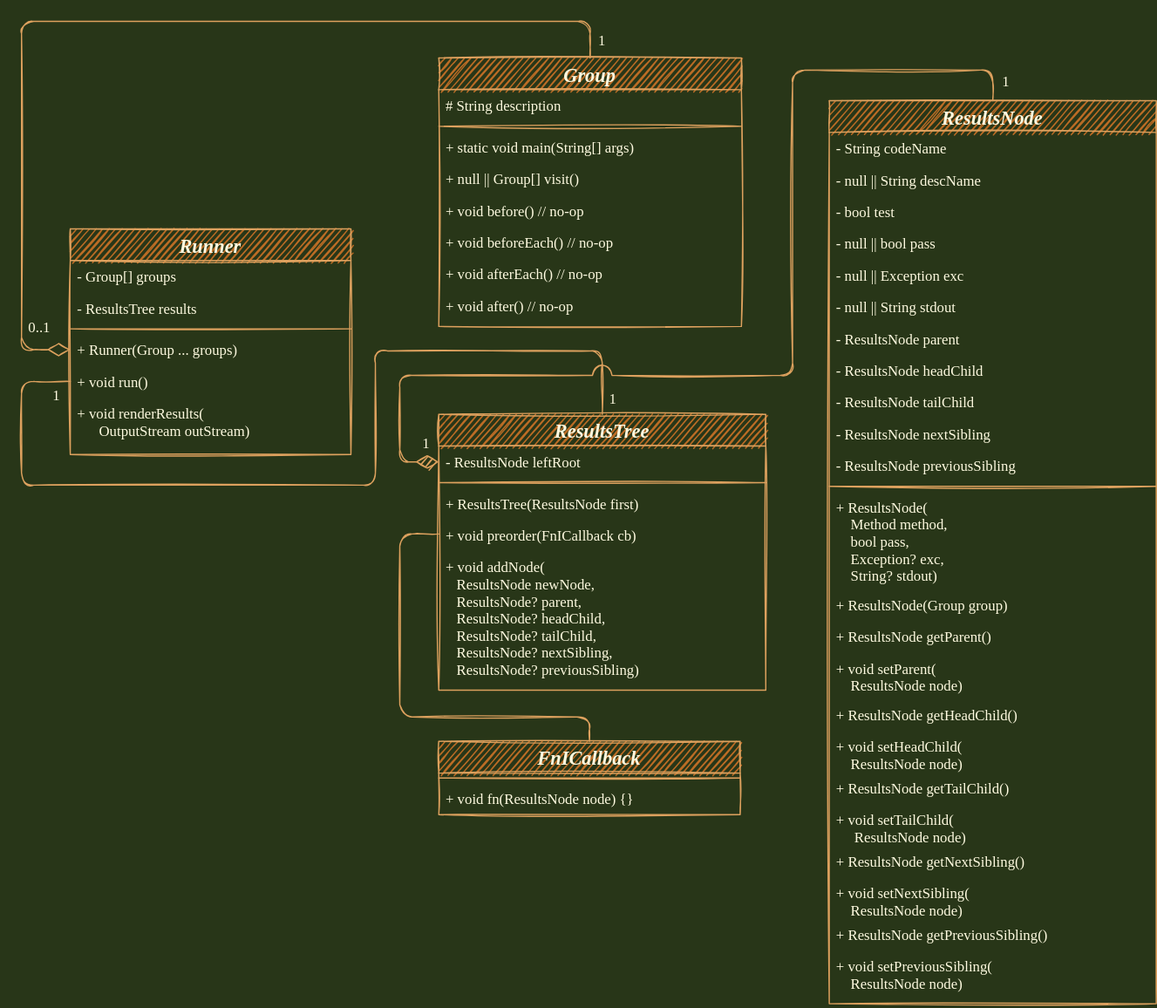
andrew-chang-dewitt/jspec keeps this draw.io diagram as uml.drawio.svg. Above is the earlier version. Source tidied: cells renumbered, new cells last; positions are measured from the earlier drawing's top-left corner, leaving out a move shared by most shapes.
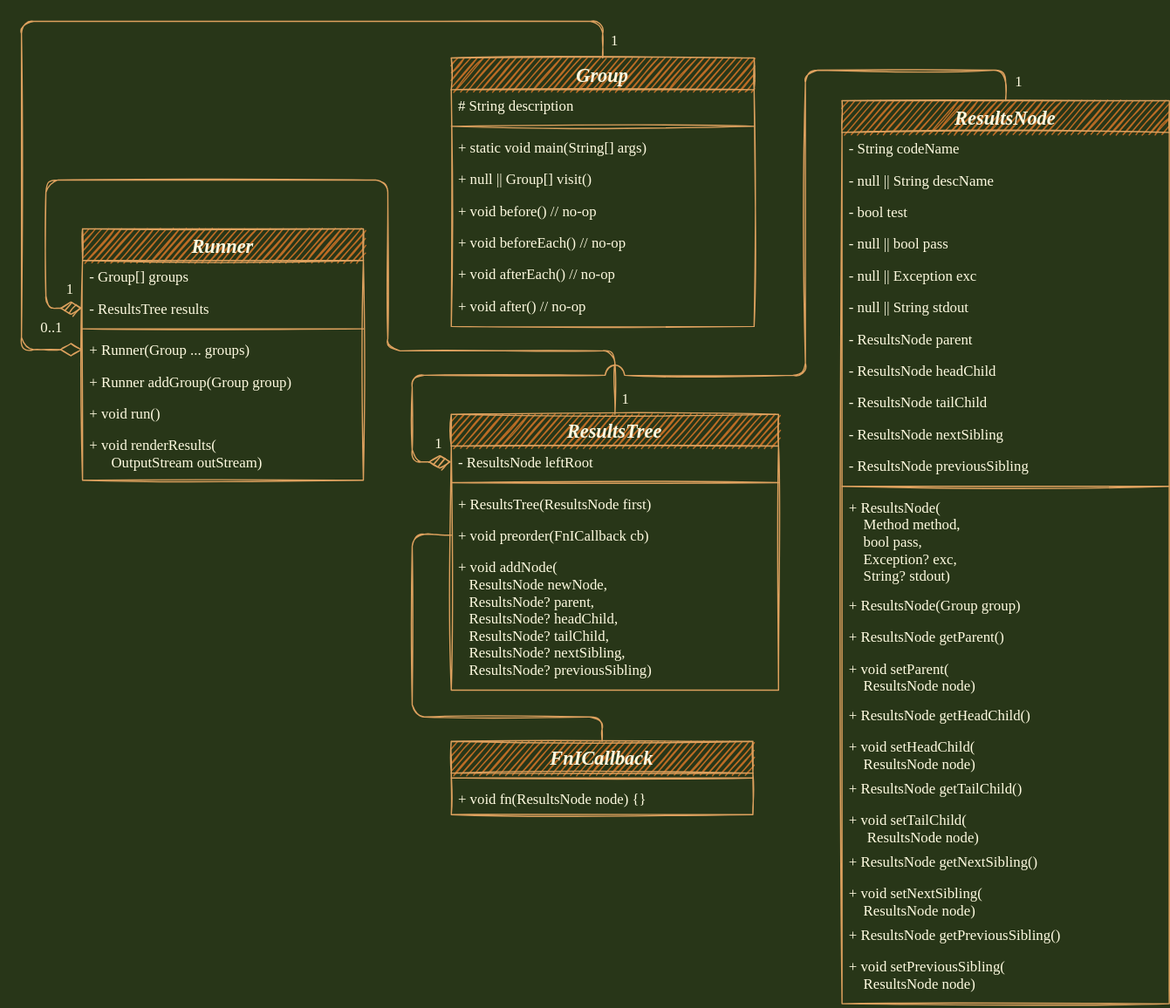
Above is the later version.

Commit message:
Change Runner to Builder Pattern.

What changed in the source:
```diff
@@ -6,8 +6,8 @@
       <mxGeometry relative="1" as="geometry">
         <Array as="points">
           <mxPoint x="466" />
-          <mxPoint />
-          <mxPoint y="269" />
+          <mxPoint x="-10" />
+          <mxPoint x="-10" y="269" />
         </Array>
       </mxGeometry>
     </mxCell>
@@ -39,7 +39,7 @@
       <mxGeometry y="190" width="248" height="26" as="geometry" />
     </mxCell>
     <mxCell id="12" value="Runner" style="swimlane;fontStyle=3;align=center;verticalAlign=middle;horizontal=1;startSize=26;rounded=0;shadow=0;strokeWidth=1;fillColor=#BC6C25;strokeColor=#DDA15E;fontColor=#FEFAE0;sketch=1;fontFamily=Fira Code;fontSource=https%3A%2F%2Ffonts.googleapis.com%2Fcss%3Ffamily%3DFira%2BCode;labelBackgroundColor=none;labelBorderColor=none;fontSize=16;" parent="1" vertex="1">
-      <mxGeometry x="40" y="170" width="230" height="185" as="geometry" />
+      <mxGeometry x="40" y="170" width="230" height="206" as="geometry" />
     </mxCell>
     <mxCell id="13" value="- Group[] groups" style="text;align=left;verticalAlign=top;spacingLeft=4;spacingRight=4;overflow=hidden;rounded=0;fontColor=#FEFAE0;sketch=1;fontFamily=Fira Code;fontSource=https%3A%2F%2Ffonts.googleapis.com%2Fcss%3Ffamily%3DFira%2BCode;" parent="12" vertex="1">
       <mxGeometry y="26" width="230" height="26" as="geometry" />
@@ -53,11 +53,14 @@
     <mxCell id="16" value="+ Runner(Group ... groups)" style="text;align=left;verticalAlign=top;spacingLeft=4;spacingRight=4;overflow=hidden;points=[[0,0.5],[1,0.5]];portConstraint=eastwest;rounded=0;fontColor=#FEFAE0;sketch=1;fontFamily=Fira Code;fontSource=https%3A%2F%2Ffonts.googleapis.com%2Fcss%3Ffamily%3DFira%2BCode;" parent="12" vertex="1">
       <mxGeometry y="86" width="230" height="26" as="geometry" />
     </mxCell>
+    <mxCell id="62" value="+ Runner addGroup(Group group)" style="text;align=left;verticalAlign=top;spacingLeft=4;spacingRight=4;overflow=hidden;rounded=0;fontColor=#FEFAE0;sketch=1;fontFamily=Fira Code;fontSource=https%3A%2F%2Ffonts.googleapis.com%2Fcss%3Ffamily%3DFira%2BCode;" parent="12" vertex="1">
+      <mxGeometry y="112" width="230" height="26" as="geometry" />
+    </mxCell>
     <mxCell id="17" value="+ void run()" style="text;align=left;verticalAlign=top;spacingLeft=4;spacingRight=4;overflow=hidden;points=[[0,0.5],[1,0.5]];portConstraint=eastwest;rounded=0;fontColor=#FEFAE0;sketch=1;fontFamily=Fira Code;fontSource=https%3A%2F%2Ffonts.googleapis.com%2Fcss%3Ffamily%3DFira%2BCode;" parent="12" vertex="1">
-      <mxGeometry y="112" width="230" height="26" as="geometry" />
+      <mxGeometry y="138" width="230" height="26" as="geometry" />
     </mxCell>
     <mxCell id="18" value="+ void renderResults(&#10;      OutputStream outStream)" style="text;align=left;verticalAlign=top;spacingLeft=4;spacingRight=4;overflow=hidden;rounded=0;fontColor=#FEFAE0;sketch=1;fontFamily=Fira Code;fontSource=https%3A%2F%2Ffonts.googleapis.com%2Fcss%3Ffamily%3DFira%2BCode;" parent="12" vertex="1">
-      <mxGeometry y="138" width="230" height="42" as="geometry" />
+      <mxGeometry y="164" width="230" height="42" as="geometry" />
     </mxCell>
     <mxCell id="19" value="0..1" style="text;html=1;align=left;verticalAlign=middle;strokeColor=none;fillColor=none;rounded=0;fontColor=#FEFAE0;sketch=1;fontFamily=Fira Code;fontSource=https%3A%2F%2Ffonts.googleapis.com%2Fcss%3Ffamily%3DFira%2BCode;" parent="1" vertex="1">
       <mxGeometry x="4" y="241" width="40" height="20" as="geometry" />
@@ -65,14 +68,14 @@
     <mxCell id="20" value="1" style="text;html=1;align=right;verticalAlign=middle;strokeColor=none;fillColor=none;rounded=0;fontColor=#FEFAE0;sketch=1;fontFamily=Fira Code;fontSource=https%3A%2F%2Ffonts.googleapis.com%2Fcss%3Ffamily%3DFira%2BCode;" parent="1" vertex="1">
       <mxGeometry x="316" y="336" width="20" height="20" as="geometry" />
     </mxCell>
-    <mxCell id="21" style="edgeStyle=orthogonalEdgeStyle;jettySize=auto;html=1;endArrow=none;endFill=0;endSize=16;targetPerimeterSpacing=0;strokeWidth=1;labelBackgroundColor=#283618;strokeColor=#DDA15E;fontColor=#FEFAE0;entryX=0;entryY=0.5;entryDx=0;entryDy=0;exitX=0.5;exitY=0;exitDx=0;exitDy=0;sketch=1;fontFamily=Fira Code;fontSource=https%3A%2F%2Ffonts.googleapis.com%2Fcss%3Ffamily%3DFira%2BCode;jumpStyle=arc;" parent="1" edge="1" source="22" target="17">
+    <mxCell id="21" style="edgeStyle=orthogonalEdgeStyle;jettySize=auto;html=1;endArrow=diamondThin;endFill=1;endSize=16;targetPerimeterSpacing=0;strokeWidth=1;labelBackgroundColor=#283618;strokeColor=#DDA15E;fontColor=#FEFAE0;entryX=0;entryY=0.5;entryDx=0;entryDy=0;exitX=0.5;exitY=0;exitDx=0;exitDy=0;sketch=1;fontFamily=Fira Code;fontSource=https%3A%2F%2Ffonts.googleapis.com%2Fcss%3Ffamily%3DFira%2BCode;jumpStyle=arc;" parent="1" edge="1" source="22" target="14">
       <mxGeometry relative="1" as="geometry">
         <Array as="points">
           <mxPoint x="476" y="270" />
           <mxPoint x="290" y="270" />
-          <mxPoint x="290" y="380" />
-          <mxPoint y="380" />
-          <mxPoint y="295" />
+          <mxPoint x="290" y="130" />
+          <mxPoint x="10" y="130" />
+          <mxPoint x="10" y="235" />
         </Array>
       </mxGeometry>
     </mxCell>
@@ -98,7 +101,7 @@
       <mxGeometry x="471" y="6" width="20" height="20" as="geometry" />
     </mxCell>
     <mxCell id="29" value="1" style="text;html=1;align=right;verticalAlign=middle;strokeColor=none;fillColor=none;rounded=0;fontColor=#FEFAE0;sketch=1;fontFamily=Fira Code;fontSource=https%3A%2F%2Ffonts.googleapis.com%2Fcss%3Ffamily%3DFira%2BCode;" parent="1" vertex="1">
-      <mxGeometry x="13" y="297" width="20" height="20" as="geometry" />
+      <mxGeometry x="14" y="210" width="20" height="20" as="geometry" />
     </mxCell>
     <mxCell id="30" style="edgeStyle=orthogonalEdgeStyle;jettySize=auto;html=1;entryX=0;entryY=0.5;entryDx=0;entryDy=0;endArrow=diamondThin;endFill=1;endSize=16;targetPerimeterSpacing=0;strokeWidth=1;startArrow=none;startFill=0;startSize=16;labelBackgroundColor=#283618;strokeColor=#DDA15E;fontColor=#FEFAE0;sketch=1;exitX=0.5;exitY=0;exitDx=0;exitDy=0;rounded=1;fontFamily=Fira Code;fontSource=https%3A%2F%2Ffonts.googleapis.com%2Fcss%3Ffamily%3DFira%2BCode;jumpStyle=arc;jumpSize=16;" parent="1" edge="1" source="31" target="23">
       <mxGeometry relative="1" as="geometry">
```
